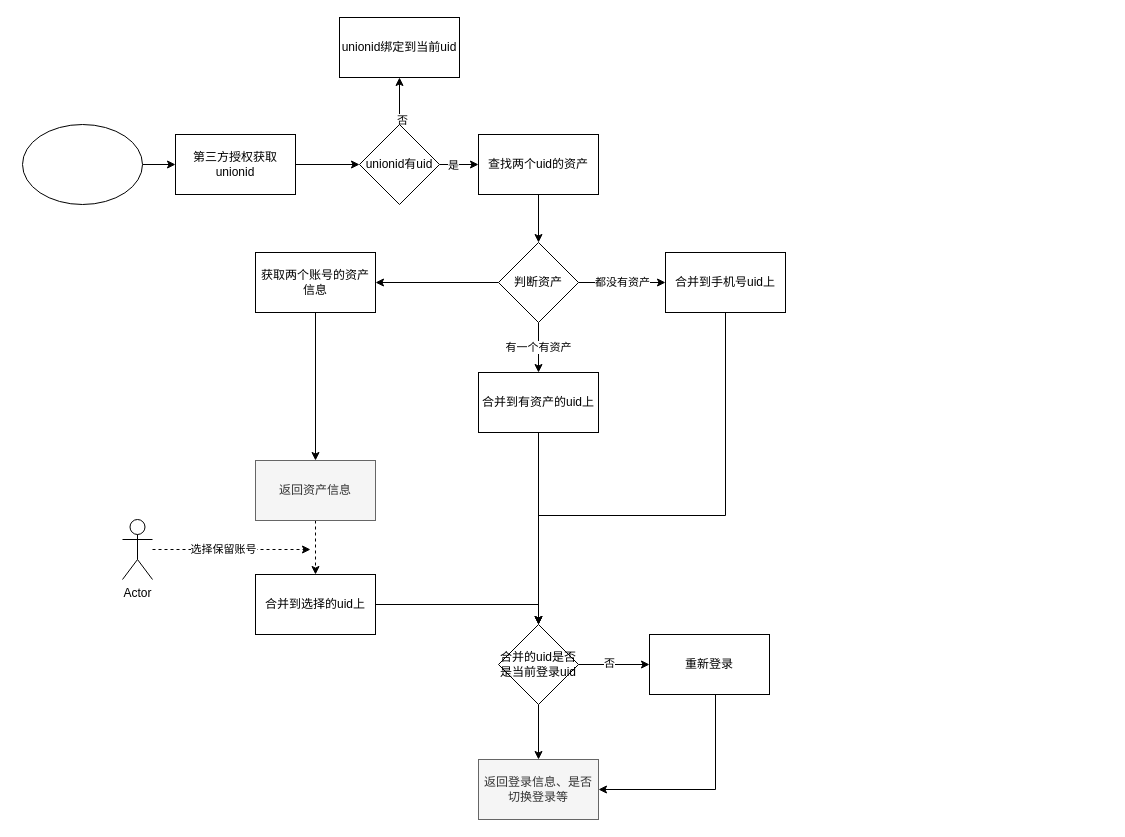
Above: page "账号合并-手机号登录态绑定微信" (8 of 9) of test.drawio in joeytang/imgs (draw.io), before the change. Source tidied: cells renumbered, new cells numbered last; positions are measured from the earlier drawing's top-left corner, leaving out a move shared by most shapes. Both pictures are drawn from the tidied source at 100%, with x=0, y=0 at pixel (22, 17).
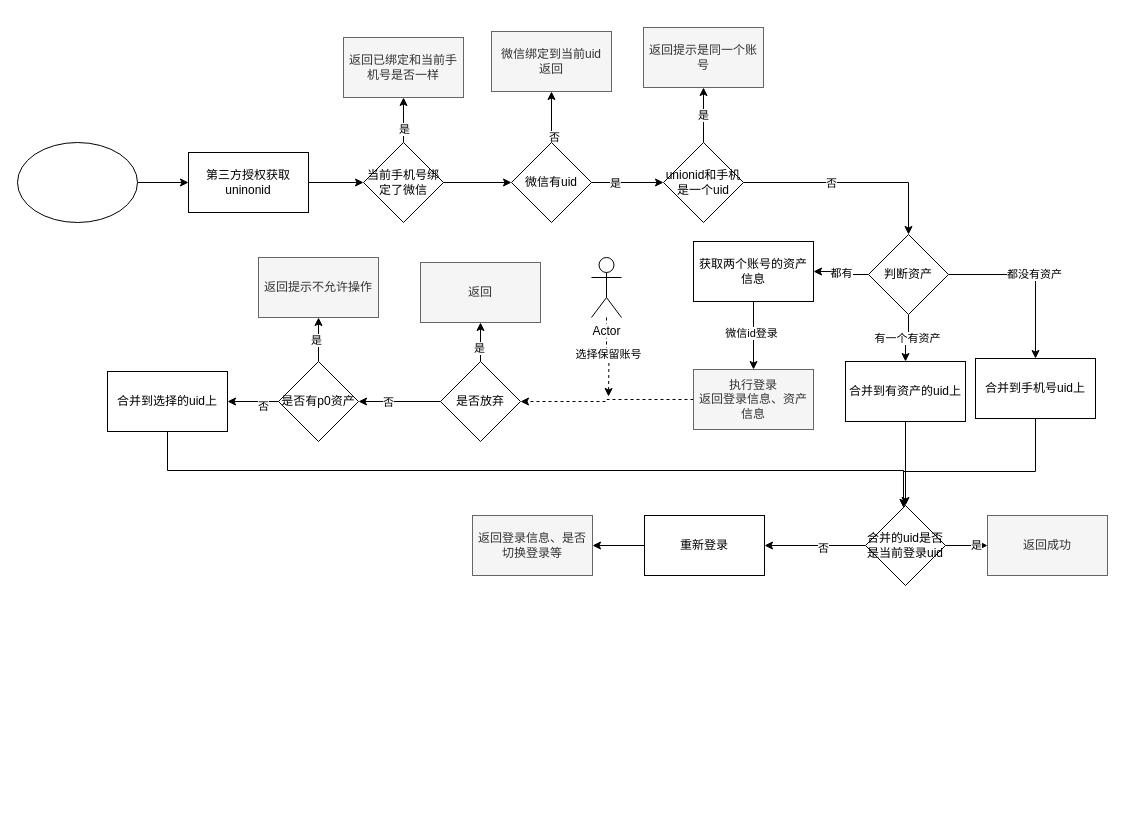
After the change.

The edit, as a diff of the source:
```diff
@@
-    <mxCell id="2" style="edgeStyle=orthogonalEdgeStyle;rounded=0;jettySize=auto;html=1;" parent="1" edge="1" source="3" target="8">
-      <mxGeometry relative="1" as="geometry" />
-    </mxCell>
-    <mxCell id="3" value="第三方授权获取unionid" style="rounded=0;whiteSpace=wrap;html=1;align=center;" parent="1" vertex="1">
-      <mxGeometry x="153" y="117" width="120" height="60" as="geometry" />
-    </mxCell>
-    <mxCell id="4" style="edgeStyle=orthogonalEdgeStyle;rounded=0;jettySize=auto;html=1;" parent="1" edge="1" source="8" target="10">
-      <mxGeometry relative="1" as="geometry" />
-    </mxCell>
-    <mxCell id="5" value="是" style="edgeLabel;html=1;align=center;verticalAlign=middle;" parent="4" vertex="1">
-      <mxGeometry x="-0.36" relative="1" as="geometry" />
-    </mxCell>
-    <mxCell id="6" style="edgeStyle=orthogonalEdgeStyle;rounded=0;jettySize=auto;html=1;" parent="1" edge="1" source="8" target="11">
-      <mxGeometry relative="1" as="geometry" />
-    </mxCell>
-    <mxCell id="7" value="否" style="edgeLabel;html=1;align=center;verticalAlign=middle;" parent="6" vertex="1">
-      <mxGeometry x="-0.78" y="-2" relative="1" as="geometry" />
-    </mxCell>
-    <mxCell id="8" value="unionid有uid" style="rhombus;whiteSpace=wrap;html=1;align=center;" parent="1" vertex="1">
-      <mxGeometry x="337" y="107" width="80" height="80" as="geometry" />
-    </mxCell>
-    <mxCell id="9" style="edgeStyle=orthogonalEdgeStyle;rounded=0;jettySize=auto;html=1;entryX=0.5;entryY=0;entryDx=0;entryDy=0;" parent="1" edge="1" source="10" target="15">
-      <mxGeometry relative="1" as="geometry" />
-    </mxCell>
-    <mxCell id="10" value="查找两个uid的资产" style="rounded=0;whiteSpace=wrap;html=1;align=center;" parent="1" vertex="1">
-      <mxGeometry x="456" y="117" width="120" height="60" as="geometry" />
-    </mxCell>
-    <mxCell id="11" value="unionid绑定到当前uid" style="rounded=0;whiteSpace=wrap;html=1;align=center;" parent="1" vertex="1">
-      <mxGeometry x="317" width="120" height="60" as="geometry" />
-    </mxCell>
+    <mxCell id="38" style="edgeStyle=orthogonalEdgeStyle;rounded=0;jettySize=auto;html=1;" parent="1" edge="1" source="39" target="57">
+      <mxGeometry relative="1" as="geometry" />
+    </mxCell>
+    <mxCell id="39" value="第三方授权获取uninonid" style="rounded=0;whiteSpace=wrap;html=1;align=center;" parent="1" vertex="1">
+      <mxGeometry x="166" y="135" width="120" height="60" as="geometry" />
+    </mxCell>
+    <mxCell id="40" style="edgeStyle=orthogonalEdgeStyle;rounded=0;jettySize=auto;html=1;" parent="1" edge="1" source="44" target="53">
+      <mxGeometry relative="1" as="geometry" />
+    </mxCell>
+    <mxCell id="41" value="是" style="edgeLabel;html=1;align=center;verticalAlign=middle;" parent="40" vertex="1">
+      <mxGeometry x="-0.36" relative="1" as="geometry" />
+    </mxCell>
+    <mxCell id="42" style="edgeStyle=orthogonalEdgeStyle;rounded=0;jettySize=auto;html=1;" parent="1" edge="1" source="44" target="45">
+      <mxGeometry relative="1" as="geometry" />
+    </mxCell>
+    <mxCell id="43" value="否" style="edgeLabel;html=1;align=center;verticalAlign=middle;" parent="42" vertex="1">
+      <mxGeometry x="-0.78" y="-2" relative="1" as="geometry" />
+    </mxCell>
+    <mxCell id="44" value="微信有uid" style="rhombus;whiteSpace=wrap;html=1;align=center;" parent="1" vertex="1">
+      <mxGeometry x="489" y="125" width="80" height="80" as="geometry" />
+    </mxCell>
+    <mxCell id="45" value="微信绑定到当前uid&lt;br&gt;返回" style="rounded=0;whiteSpace=wrap;html=1;align=center;fillColor=#f5f5f5;strokeColor=#666666;fontColor=#333333;" parent="1" vertex="1">
+      <mxGeometry x="469" y="14" width="120" height="60" as="geometry" />
+    </mxCell>
+    <mxCell id="29" style="edgeStyle=orthogonalEdgeStyle;rounded=0;jettySize=auto;html=1;" parent="1" edge="1" source="32" target="34">
+      <mxGeometry relative="1" as="geometry" />
+    </mxCell>
+    <mxCell id="46" value="否" style="edgeLabel;html=1;align=center;verticalAlign=middle;" parent="29" vertex="1">
+      <mxGeometry x="-0.15" y="2" relative="1" as="geometry" />
+    </mxCell>
+    <mxCell id="33" style="edgeStyle=orthogonalEdgeStyle;rounded=0;jettySize=auto;html=1;" parent="1" edge="1" source="34" target="35">
+      <mxGeometry relative="1" as="geometry" />
+    </mxCell>
+    <mxCell id="34" value="重新登录" style="rounded=0;whiteSpace=wrap;html=1;align=center;" parent="1" vertex="1">
+      <mxGeometry x="622" y="498" width="120" height="60" as="geometry" />
+    </mxCell>
+    <mxCell id="35" value="返回登录信息、是否切换登录等" style="rounded=0;whiteSpace=wrap;html=1;align=center;fillColor=#f5f5f5;strokeColor=#666666;fontColor=#333333;" parent="1" vertex="1">
+      <mxGeometry x="450" y="498" width="120" height="60" as="geometry" />
+    </mxCell>
+    <mxCell id="47" style="edgeStyle=orthogonalEdgeStyle;rounded=0;jettySize=auto;html=1;" parent="1" edge="1" source="48" target="39">
+      <mxGeometry relative="1" as="geometry" />
+    </mxCell>
+    <mxCell id="48" style="ellipse;whiteSpace=wrap;html=1;align=center;" parent="1" vertex="1">
+      <mxGeometry x="-5" y="125" width="120" height="80" as="geometry" />
+    </mxCell>
+    <mxCell id="49" style="edgeStyle=orthogonalEdgeStyle;rounded=0;jettySize=auto;html=1;" parent="1" edge="1" source="53" target="59">
+      <mxGeometry relative="1" as="geometry" />
+    </mxCell>
+    <mxCell id="50" value="是" style="edgeLabel;html=1;align=center;verticalAlign=middle;" parent="49" vertex="1">
+      <mxGeometry y="1" relative="1" as="geometry" />
+    </mxCell>
+    <mxCell id="51" style="edgeStyle=orthogonalEdgeStyle;rounded=0;jettySize=auto;html=1;" parent="1" edge="1" source="53" target="15">
+      <mxGeometry relative="1" as="geometry" />
+    </mxCell>
+    <mxCell id="52" value="否" style="edgeLabel;html=1;align=center;verticalAlign=middle;" parent="51" vertex="1">
+      <mxGeometry x="-0.2" relative="1" as="geometry" />
+    </mxCell>
+    <mxCell id="53" value="unionid和手机是一个uid" style="rhombus;whiteSpace=wrap;html=1;align=center;" parent="1" vertex="1">
+      <mxGeometry x="641" y="125" width="80" height="80" as="geometry" />
+    </mxCell>
+    <mxCell id="54" style="edgeStyle=orthogonalEdgeStyle;rounded=0;jettySize=auto;html=1;" parent="1" edge="1" source="57" target="44">
+      <mxGeometry relative="1" as="geometry" />
+    </mxCell>
+    <mxCell id="55" style="edgeStyle=orthogonalEdgeStyle;rounded=0;jettySize=auto;html=1;" parent="1" edge="1" source="57" target="58">
+      <mxGeometry relative="1" as="geometry" />
+    </mxCell>
+    <mxCell id="56" value="是" style="edgeLabel;html=1;align=center;verticalAlign=middle;" parent="55" vertex="1">
+      <mxGeometry x="0.16" y="3" relative="1" as="geometry">
+        <mxPoint x="3" y="12.2" as="offset" />
+      </mxGeometry>
+    </mxCell>
+    <mxCell id="57" value="当前手机号绑定了微信" style="rhombus;whiteSpace=wrap;html=1;align=center;" parent="1" vertex="1">
+      <mxGeometry x="341" y="125" width="80" height="80" as="geometry" />
+    </mxCell>
+    <mxCell id="58" value="返回已绑定和当前手机号是否一样" style="rounded=0;whiteSpace=wrap;html=1;align=center;fillColor=#f5f5f5;strokeColor=#666666;fontColor=#333333;" parent="1" vertex="1">
+      <mxGeometry x="321" y="20" width="120" height="60" as="geometry" />
+    </mxCell>
+    <mxCell id="59" value="返回提示是同一个账号" style="rounded=0;whiteSpace=wrap;html=1;align=center;fillColor=#f5f5f5;strokeColor=#666666;fontColor=#333333;" parent="1" vertex="1">
+      <mxGeometry x="621" y="10" width="120" height="60" as="geometry" />
+    </mxCell>
@@
-    <mxCell id="13" style="edgeStyle=orthogonalEdgeStyle;rounded=0;jettySize=auto;html=1;" parent="1" edge="1" source="15" target="21">
+    <mxCell id="13" value="都有" style="edgeStyle=orthogonalEdgeStyle;rounded=0;jettySize=auto;html=1;" parent="1" edge="1" source="15" target="21">
       <mxGeometry relative="1" as="geometry" />
     </mxCell>
@@
     <mxCell id="15" value="判断资产" style="rhombus;whiteSpace=wrap;html=1;align=center;" parent="1" vertex="1">
-      <mxGeometry x="476" y="225" width="80" height="80" as="geometry" />
+      <mxGeometry x="846" y="217" width="80" height="80" as="geometry" />
     </mxCell>
     <mxCell id="16" style="edgeStyle=orthogonalEdgeStyle;rounded=0;jettySize=auto;html=1;" parent="1" edge="1" source="17" target="32">
       <mxGeometry relative="1" as="geometry">
         <Array as="points">
-          <mxPoint x="703" y="498" />
+          <mxPoint x="1013" y="454" />
+          <mxPoint x="881" y="454" />
         </Array>
       </mxGeometry>
     </mxCell>
     <mxCell id="17" value="合并到手机号uid上" style="rounded=0;whiteSpace=wrap;html=1;align=center;" parent="1" vertex="1">
-      <mxGeometry x="643" y="235" width="120" height="60" as="geometry" />
+      <mxGeometry x="953" y="341" width="120" height="60" as="geometry" />
     </mxCell>
@@
     <mxCell id="19" value="合并到有资产的uid上" style="rounded=0;whiteSpace=wrap;html=1;align=center;" parent="1" vertex="1">
-      <mxGeometry x="456" y="355" width="120" height="60" as="geometry" />
+      <mxGeometry x="823" y="344" width="120" height="60" as="geometry" />
     </mxCell>
-    <mxCell id="20" style="edgeStyle=orthogonalEdgeStyle;rounded=0;jettySize=auto;html=1;" parent="1" edge="1" source="21" target="23">
-      <mxGeometry relative="1" as="geometry" />
-    </mxCell>
+    <mxCell id="60" style="edgeStyle=orthogonalEdgeStyle;rounded=0;jettySize=auto;html=1;" parent="1" edge="1" source="21" target="63">
+      <mxGeometry relative="1" as="geometry" />
+    </mxCell>
+    <mxCell id="61" value="微信id登录" style="edgeLabel;html=1;align=center;verticalAlign=middle;" parent="60" vertex="1">
+      <mxGeometry x="-0.09" y="-3" relative="1" as="geometry" />
+    </mxCell>
     <mxCell id="21" value="获取两个账号的资产信息" style="rounded=0;whiteSpace=wrap;html=1;align=center;" parent="1" vertex="1">
-      <mxGeometry x="233" y="235" width="120" height="60" as="geometry" />
+      <mxGeometry x="671" y="224" width="120" height="60" as="geometry" />
     </mxCell>
-    <mxCell id="22" style="edgeStyle=orthogonalEdgeStyle;rounded=0;jettySize=auto;html=1;dashed=1;" parent="1" edge="1" source="23" target="28">
-      <mxGeometry relative="1" as="geometry" />
-    </mxCell>
-    <mxCell id="23" value="返回资产信息" style="rounded=0;whiteSpace=wrap;html=1;align=center;fillColor=#f5f5f5;strokeColor=#666666;fontColor=#333333;" parent="1" vertex="1">
-      <mxGeometry x="233" y="443" width="120" height="60" as="geometry" />
-    </mxCell>
-    <mxCell id="24" style="edgeStyle=orthogonalEdgeStyle;rounded=0;jettySize=auto;html=1;dashed=1;" parent="1" edge="1" source="26">
-      <mxGeometry relative="1" as="geometry">
-        <mxPoint x="288" y="532" as="targetPoint" />
-      </mxGeometry>
-    </mxCell>
+    <mxCell id="62" style="edgeStyle=orthogonalEdgeStyle;rounded=0;jettySize=auto;html=1;dashed=1;" parent="1" edge="1" source="63" target="71">
+      <mxGeometry relative="1" as="geometry" />
+    </mxCell>
+    <mxCell id="63" value="执行登录&lt;br&gt;返回登录信息、资产信息" style="rounded=0;whiteSpace=wrap;html=1;align=center;fillColor=#f5f5f5;strokeColor=#666666;fontColor=#333333;" parent="1" vertex="1">
+      <mxGeometry x="671" y="352" width="120" height="60" as="geometry" />
+    </mxCell>
+    <mxCell id="64" style="edgeStyle=orthogonalEdgeStyle;rounded=0;jettySize=auto;html=1;dashed=1;" parent="1" edge="1" source="26">
+      <mxGeometry relative="1" as="geometry">
+        <mxPoint x="586" y="379" as="targetPoint" />
+      </mxGeometry>
+    </mxCell>
-    <mxCell id="25" value="选择保留账号" style="edgeLabel;html=1;align=center;verticalAlign=middle;" parent="24" vertex="1">
+    <mxCell id="25" value="选择保留账号" style="edgeLabel;html=1;align=center;verticalAlign=middle;" parent="64" vertex="1">
       <mxGeometry x="-0.12" y="1" relative="1" as="geometry" />
     </mxCell>
     <mxCell id="26" value="Actor" style="shape=umlActor;verticalLabelPosition=bottom;labelBackgroundColor=#ffffff;verticalAlign=top;html=1;outlineConnect=0;align=center;" parent="1" vertex="1">
-      <mxGeometry x="100" y="502" width="30" height="60" as="geometry" />
+      <mxGeometry x="569" y="240" width="30" height="60" as="geometry" />
     </mxCell>
-    <mxCell id="27" style="edgeStyle=orthogonalEdgeStyle;rounded=0;jettySize=auto;html=1;entryX=0.5;entryY=0;entryDx=0;entryDy=0;" parent="1" edge="1" source="28" target="32">
-      <mxGeometry relative="1" as="geometry" />
+    <mxCell id="27" style="edgeStyle=orthogonalEdgeStyle;rounded=0;jettySize=auto;html=1;exitX=0.5;exitY=1;exitDx=0;exitDy=0;" parent="1" edge="1" source="28" target="32">
+      <mxGeometry relative="1" as="geometry">
+        <Array as="points">
+          <mxPoint x="145" y="453" />
+          <mxPoint x="881" y="453" />
+        </Array>
+      </mxGeometry>
     </mxCell>
     <mxCell id="28" value="合并到选择的uid上" style="rounded=0;whiteSpace=wrap;html=1;align=center;" parent="1" vertex="1">
-      <mxGeometry x="233" y="557" width="120" height="60" as="geometry" />
+      <mxGeometry x="85" y="354" width="120" height="60" as="geometry" />
     </mxCell>
-    <mxCell id="29" style="edgeStyle=orthogonalEdgeStyle;rounded=0;jettySize=auto;html=1;" parent="1" edge="1" source="32" target="34">
-      <mxGeometry relative="1" as="geometry" />
-    </mxCell>
-    <mxCell id="30" value="否" style="edgeLabel;html=1;align=center;verticalAlign=middle;" parent="29" vertex="1">
-      <mxGeometry x="-0.15" y="2" relative="1" as="geometry" />
-    </mxCell>
-    <mxCell id="31" style="edgeStyle=orthogonalEdgeStyle;rounded=0;jettySize=auto;html=1;" parent="1" edge="1" source="32" target="35">
-      <mxGeometry relative="1" as="geometry" />
-    </mxCell>
+    <mxCell id="65" style="edgeStyle=orthogonalEdgeStyle;rounded=0;jettySize=auto;html=1;" parent="1" edge="1" source="32" target="73">
+      <mxGeometry relative="1" as="geometry" />
+    </mxCell>
+    <mxCell id="66" value="是" style="edgeLabel;html=1;align=center;verticalAlign=middle;" parent="65" vertex="1">
+      <mxGeometry x="0.38" y="1" relative="1" as="geometry">
+        <mxPoint x="1" as="offset" />
+      </mxGeometry>
+    </mxCell>
     <mxCell id="32" value="合并的uid是否是当前登录uid" style="rhombus;whiteSpace=wrap;html=1;align=center;" parent="1" vertex="1">
-      <mxGeometry x="476" y="607" width="80" height="80" as="geometry" />
+      <mxGeometry x="843" y="488" width="80" height="80" as="geometry" />
     </mxCell>
-    <mxCell id="33" style="edgeStyle=orthogonalEdgeStyle;rounded=0;jettySize=auto;html=1;entryX=1;entryY=0.5;entryDx=0;entryDy=0;" parent="1" edge="1" source="34" target="35">
-      <mxGeometry relative="1" as="geometry">
-        <Array as="points">
-          <mxPoint x="693" y="772" />
-        </Array>
-      </mxGeometry>
-    </mxCell>
-    <mxCell id="34" value="重新登录" style="rounded=0;whiteSpace=wrap;html=1;align=center;" parent="1" vertex="1">
-      <mxGeometry x="627" y="617" width="120" height="60" as="geometry" />
-    </mxCell>
-    <mxCell id="35" value="返回登录信息、是否切换登录等" style="rounded=0;whiteSpace=wrap;html=1;align=center;fillColor=#f5f5f5;strokeColor=#666666;fontColor=#333333;" parent="1" vertex="1">
-      <mxGeometry x="456" y="742" width="120" height="60" as="geometry" />
-    </mxCell>
-    <mxCell id="36" style="edgeStyle=orthogonalEdgeStyle;rounded=0;jettySize=auto;html=1;" parent="1" edge="1" source="37" target="3">
-      <mxGeometry relative="1" as="geometry" />
-    </mxCell>
-    <mxCell id="37" style="ellipse;whiteSpace=wrap;html=1;align=center;" parent="1" vertex="1">
-      <mxGeometry y="107" width="120" height="80" as="geometry" />
-    </mxCell>
+    <mxCell id="67" style="edgeStyle=orthogonalEdgeStyle;rounded=0;jettySize=auto;html=1;" parent="1" edge="1" source="71" target="78">
+      <mxGeometry relative="1" as="geometry" />
+    </mxCell>
+    <mxCell id="68" value="否" style="edgeLabel;html=1;align=center;verticalAlign=middle;" parent="67" vertex="1">
+      <mxGeometry x="0.2" y="4" relative="1" as="geometry">
+        <mxPoint x="-4" y="-4" as="offset" />
+      </mxGeometry>
+    </mxCell>
+    <mxCell id="69" style="edgeStyle=orthogonalEdgeStyle;rounded=0;jettySize=auto;html=1;" parent="1" edge="1" source="71" target="72">
+      <mxGeometry relative="1" as="geometry" />
+    </mxCell>
+    <mxCell id="70" value="是" style="edgeLabel;html=1;align=center;verticalAlign=middle;" parent="69" vertex="1">
+      <mxGeometry x="-0.33" y="2" relative="1" as="geometry" />
+    </mxCell>
+    <mxCell id="71" value="是否放弃" style="rhombus;whiteSpace=wrap;html=1;align=center;" parent="1" vertex="1">
+      <mxGeometry x="418" y="344" width="80" height="80" as="geometry" />
+    </mxCell>
+    <mxCell id="72" value="返回" style="rounded=0;whiteSpace=wrap;html=1;align=center;fillColor=#f5f5f5;strokeColor=#666666;fontColor=#333333;" parent="1" vertex="1">
+      <mxGeometry x="398" y="245" width="120" height="60" as="geometry" />
+    </mxCell>
+    <mxCell id="73" value="返回成功" style="rounded=0;whiteSpace=wrap;html=1;align=center;fillColor=#f5f5f5;strokeColor=#666666;fontColor=#333333;" parent="1" vertex="1">
+      <mxGeometry x="965" y="498" width="120" height="60" as="geometry" />
+    </mxCell>
+    <mxCell id="74" style="edgeStyle=orthogonalEdgeStyle;rounded=0;jettySize=auto;html=1;" parent="1" edge="1" source="78" target="79">
+      <mxGeometry relative="1" as="geometry" />
+    </mxCell>
+    <mxCell id="75" value="是" style="edgeLabel;html=1;align=center;verticalAlign=middle;" parent="74" vertex="1">
+      <mxGeometry x="0.02" y="3" relative="1" as="geometry" />
+    </mxCell>
+    <mxCell id="76" style="edgeStyle=orthogonalEdgeStyle;rounded=0;jettySize=auto;html=1;" parent="1" edge="1" source="78" target="28">
+      <mxGeometry relative="1" as="geometry" />
+    </mxCell>
+    <mxCell id="77" value="否" style="edgeLabel;html=1;align=center;verticalAlign=middle;" parent="76" vertex="1">
+      <mxGeometry x="-0.38" y="4" relative="1" as="geometry" />
+    </mxCell>
+    <mxCell id="78" value="是否有p0资产" style="rhombus;whiteSpace=wrap;html=1;align=center;" parent="1" vertex="1">
+      <mxGeometry x="256" y="344" width="80" height="80" as="geometry" />
+    </mxCell>
+    <mxCell id="79" value="返回提示不允许操作" style="rounded=0;whiteSpace=wrap;html=1;align=center;fillColor=#f5f5f5;strokeColor=#666666;fontColor=#333333;" parent="1" vertex="1">
+      <mxGeometry x="236" y="240" width="120" height="60" as="geometry" />
+    </mxCell>
```
